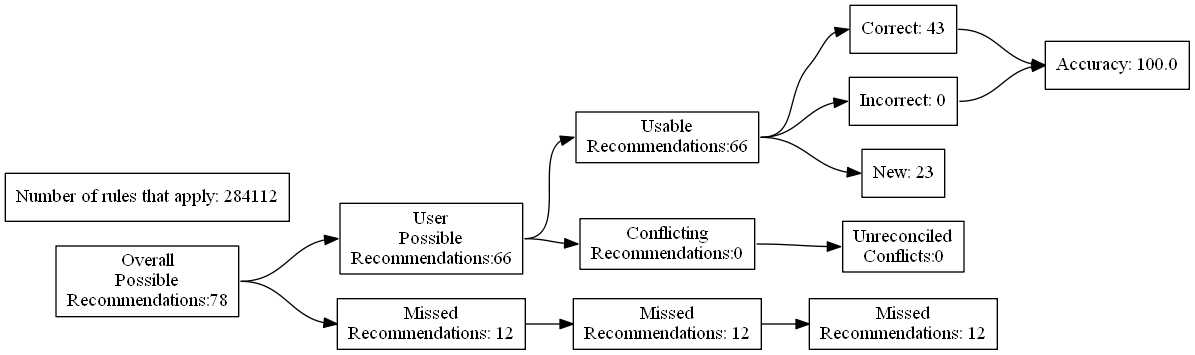
Before: test_renders/21.gv.png, a diagram exported from Graphviz (ZaxR/ibd_diet_analysis). Its source is kept beside it as test_renders/21.gv.
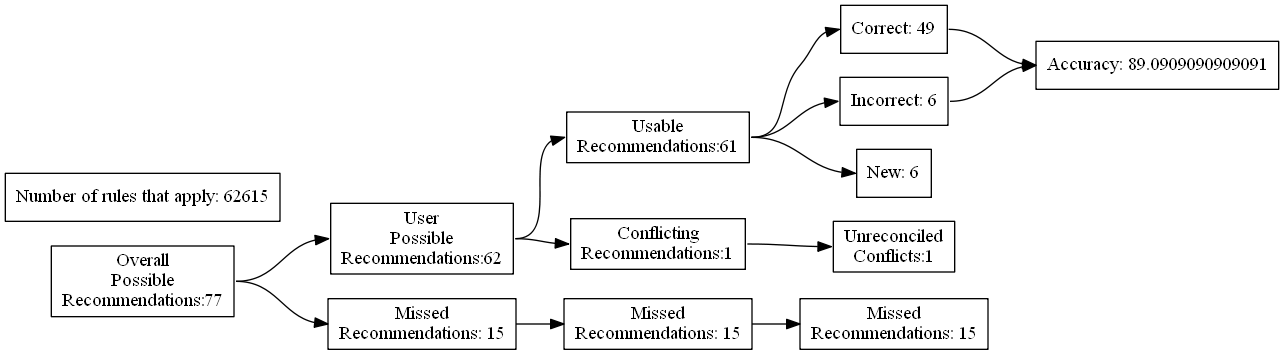
After the commit.

Diff of the diagram source:
```diff
@@ -4,27 +4,27 @@
 	edge [headport=w tailport=e]
 		A [label="Overall
 Possible
-Recommendations:78"]
+Recommendations:77"]
 		B [label="User
 Possible
-Recommendations:66"]
+Recommendations:62"]
 		C [label="Missed
-Recommendations: 12"]
+Recommendations: 15"]
 		D [label="Usable
-Recommendations:66"]
+Recommendations:61"]
 		E [label="Conflicting
-Recommendations:0"]
+Recommendations:1"]
 		J [label="Missed
-Recommendations: 12"]
+Recommendations: 15"]
 		M [label="Unreconciled
-Conflicts:0"]
-		F [label="Correct: 43"]
-		G [label="Incorrect: 0"]
-		H [label="New: 23"]
+Conflicts:1"]
+		F [label="Correct: 49"]
+		G [label="Incorrect: 6"]
+		H [label="New: 6"]
 		K [label="Missed
-Recommendations: 12"]
-		I [label="Accuracy: 100.0"]
-		l [label="Number of rules that apply: 284112"]
+Recommendations: 15"]
+		I [label="Accuracy: 89.0909090909091"]
+		l [label="Number of rules that apply: 62615"]
 			A -> B
 			A -> C
 			B -> D
```
